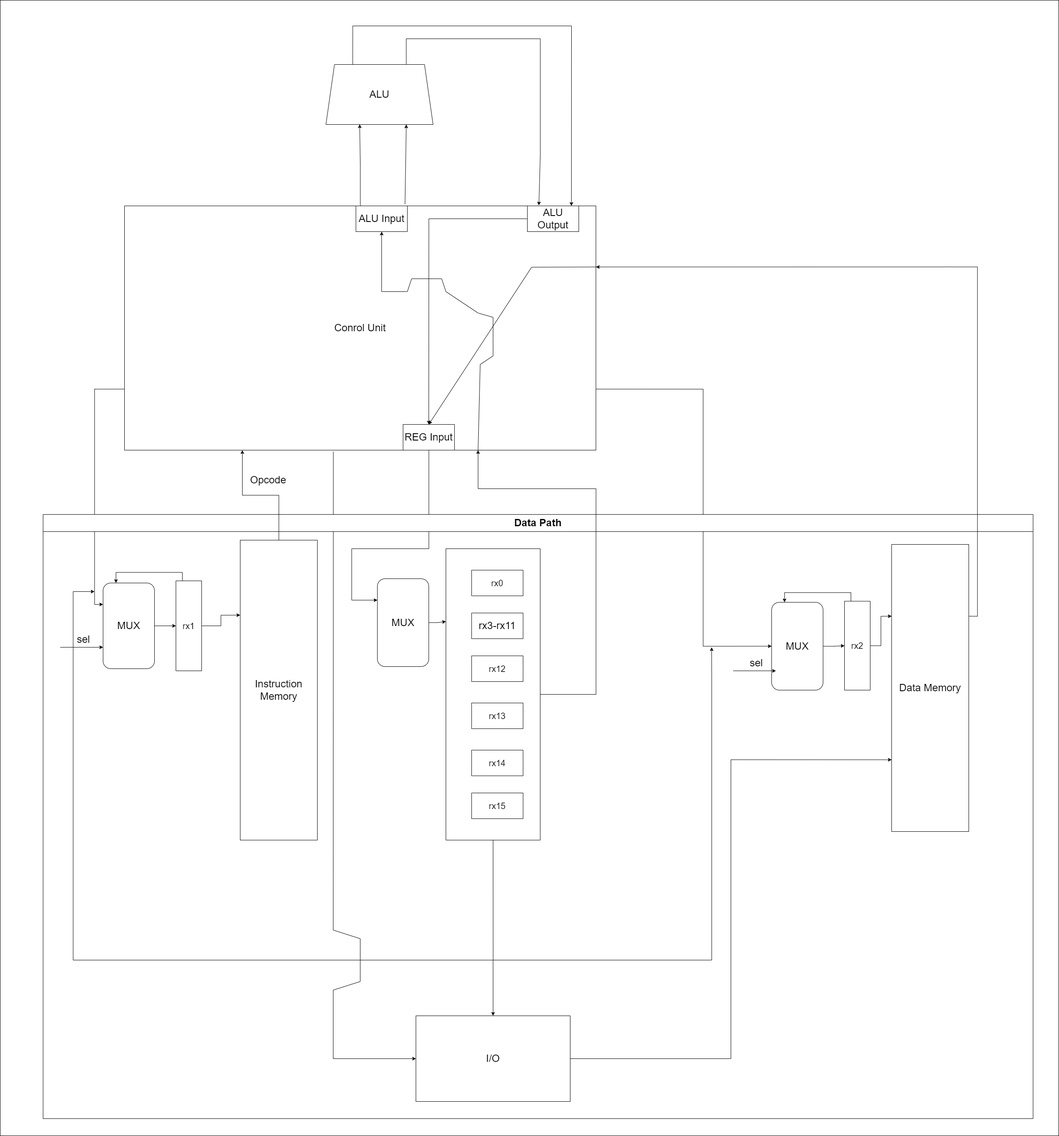
Earlier version of the draw.io export proc.png (1MikhailStepanov1/Computer-Science-Architecture-lab3). Source tidied: cells renumbered, new cells last; positions are measured from the earlier drawing's top-left corner, leaving out a move shared by most shapes.
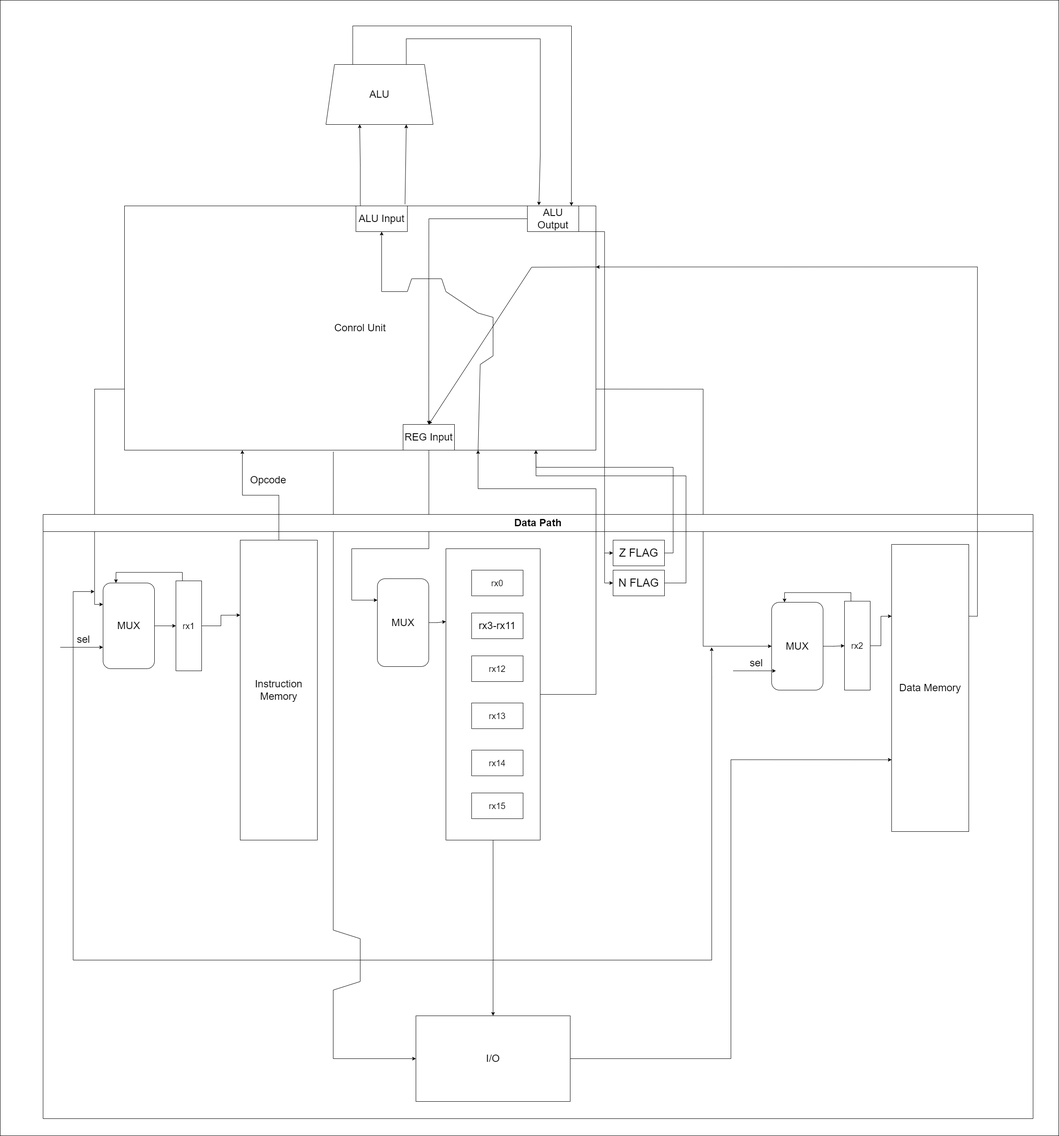
Above is the later version.

Diff of the diagram source:
```diff
@@ -141,6 +141,14 @@
     <mxCell id="37" value="MUX" style="rounded=1;whiteSpace=wrap;html=1;fontSize=24;" parent="9" vertex="1">
       <mxGeometry x="780" y="150" width="120" height="205" as="geometry" />
     </mxCell>
+    <mxCell id="54" value="&lt;font style=&quot;font-size: 26px;&quot;&gt;Z FLAG&lt;/font&gt;" style="rounded=0;whiteSpace=wrap;html=1;" parent="9" vertex="1">
+      <mxGeometry x="1330" y="60" width="120" height="60" as="geometry" />
+    </mxCell>
+    <mxCell id="55" style="endArrow=classic;html=1;rounded=0;fontSize=26;entryX=0;entryY=0.5;entryDx=0;entryDy=0;" parent="9" edge="1" target="54">
+      <mxGeometry relative="1" as="geometry">
+        <mxPoint x="1310" y="90" as="sourcePoint" />
+      </mxGeometry>
+    </mxCell>
     <mxCell id="38" style="edgeStyle=orthogonalEdgeStyle;rounded=0;jettySize=auto;html=1;entryX=0.25;entryY=1;entryDx=0;entryDy=0;fontSize=24;" parent="1" edge="1" source="11" target="4">
       <mxGeometry relative="1" as="geometry" />
     </mxCell>
@@ -228,6 +236,14 @@
     <mxCell id="51" style="edgeStyle=orthogonalEdgeStyle;rounded=0;jettySize=auto;html=1;entryX=0.5;entryY=0;entryDx=0;entryDy=0;fontSize=24;" parent="1" edge="1" source="52" target="50">
       <mxGeometry relative="1" as="geometry" />
     </mxCell>
+    <mxCell id="56" style="edgeStyle=orthogonalEdgeStyle;rounded=0;jettySize=auto;html=1;exitX=0.5;exitY=1;exitDx=0;exitDy=0;entryX=0;entryY=0.5;entryDx=0;entryDy=0;fontSize=26;" parent="1" edge="1" source="52" target="58">
+      <mxGeometry relative="1" as="geometry">
+        <Array as="points">
+          <mxPoint x="1410" y="540" />
+          <mxPoint x="1410" y="1360" />
+        </Array>
+      </mxGeometry>
+    </mxCell>
     <mxCell id="52" value="ALU Output" style="rounded=0;whiteSpace=wrap;html=1;fontSize=24;" parent="1" vertex="1">
       <mxGeometry x="1230" y="480" width="120" height="60" as="geometry" />
     </mxCell>
@@ -238,5 +254,27 @@
         </Array>
       </mxGeometry>
     </mxCell>
+    <mxCell id="57" style="edgeStyle=orthogonalEdgeStyle;rounded=0;jettySize=auto;html=1;fontSize=26;" parent="1" edge="1" source="58">
+      <mxGeometry relative="1" as="geometry">
+        <mxPoint x="1250" y="1050" as="targetPoint" />
+        <Array as="points">
+          <mxPoint x="1600" y="1360" />
+          <mxPoint x="1600" y="1110" />
+        </Array>
+      </mxGeometry>
+    </mxCell>
+    <mxCell id="58" value="&lt;font style=&quot;font-size: 26px;&quot;&gt;N FLAG&lt;/font&gt;" style="rounded=0;whiteSpace=wrap;html=1;" parent="1" vertex="1">
+      <mxGeometry x="1430" y="1330" width="120" height="60" as="geometry" />
+    </mxCell>
+    <mxCell id="59" style="edgeStyle=orthogonalEdgeStyle;rounded=0;jettySize=auto;html=1;fontSize=26;" parent="1" edge="1" source="54">
+      <mxGeometry relative="1" as="geometry">
+        <mxPoint x="1250" y="1050" as="targetPoint" />
+        <Array as="points">
+          <mxPoint x="1570" y="1290" />
+          <mxPoint x="1570" y="1090" />
+          <mxPoint x="1250" y="1090" />
+        </Array>
+      </mxGeometry>
+    </mxCell>
   </root>
 </mxGraphModel>
```
